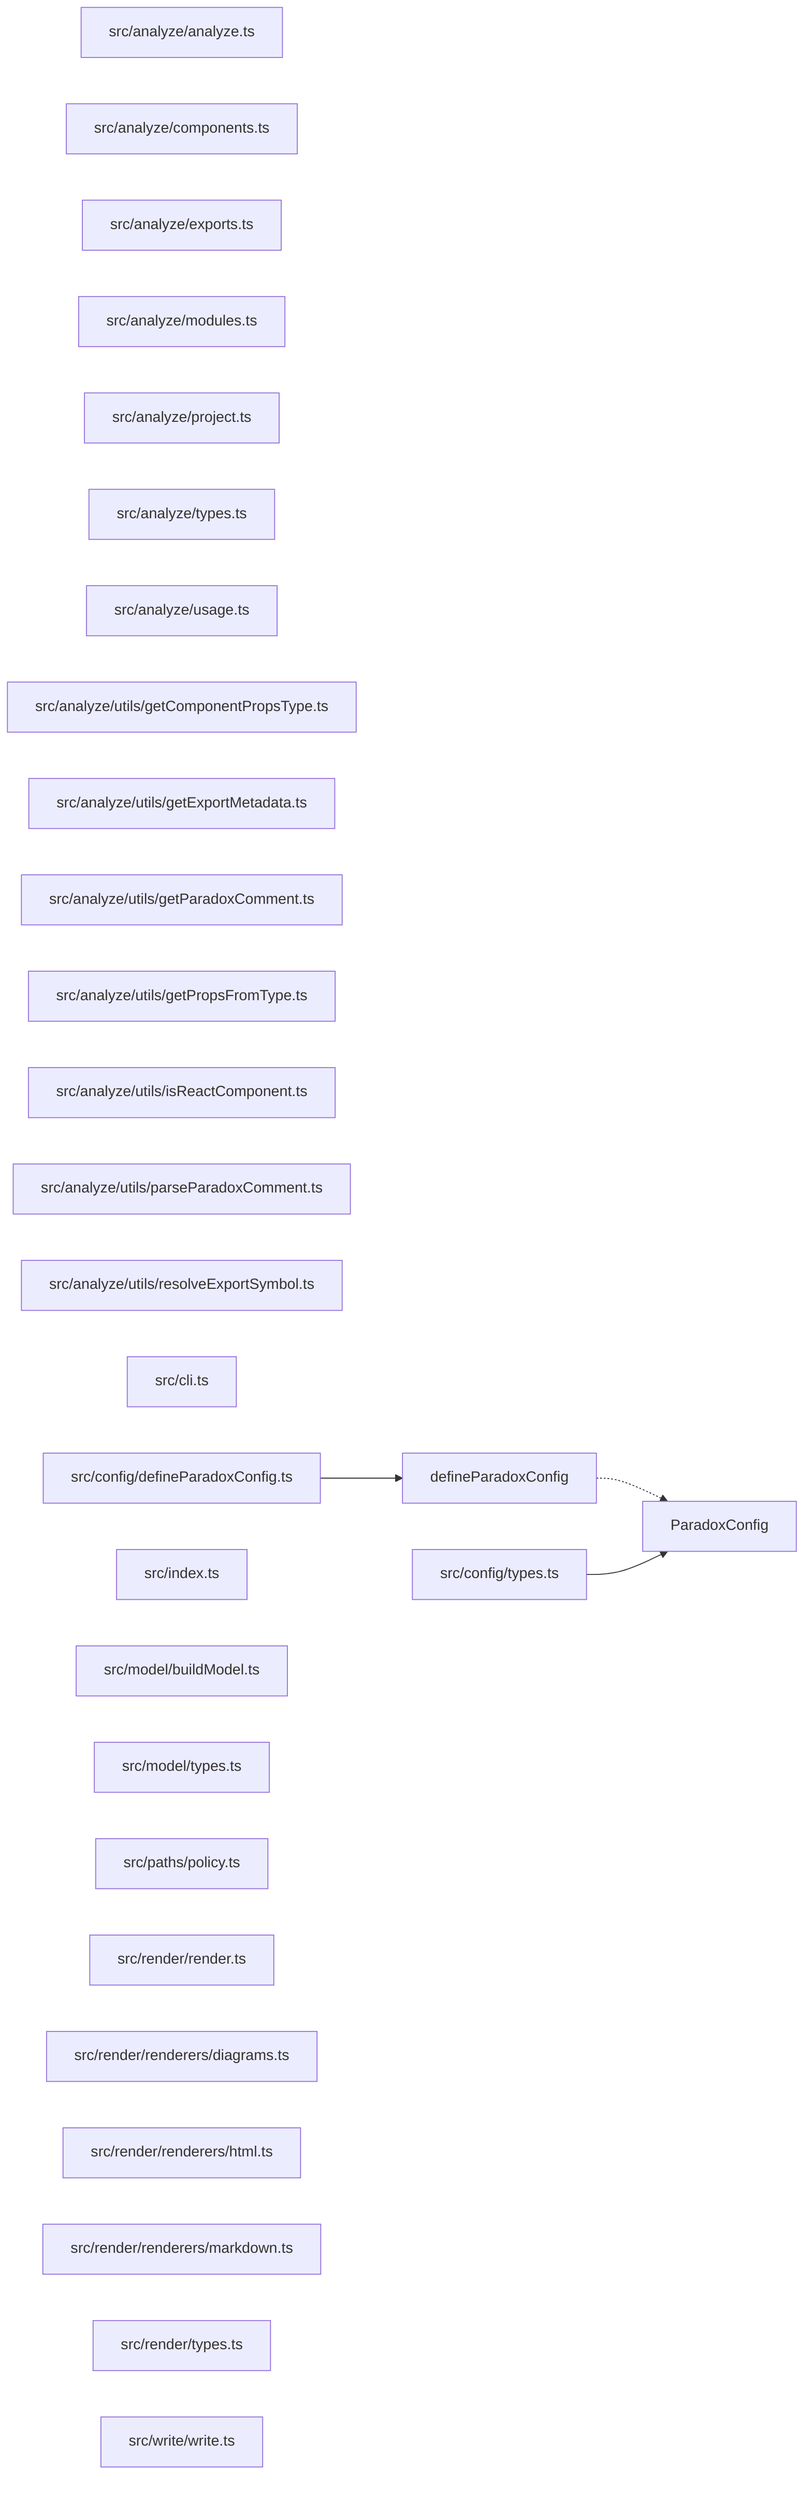
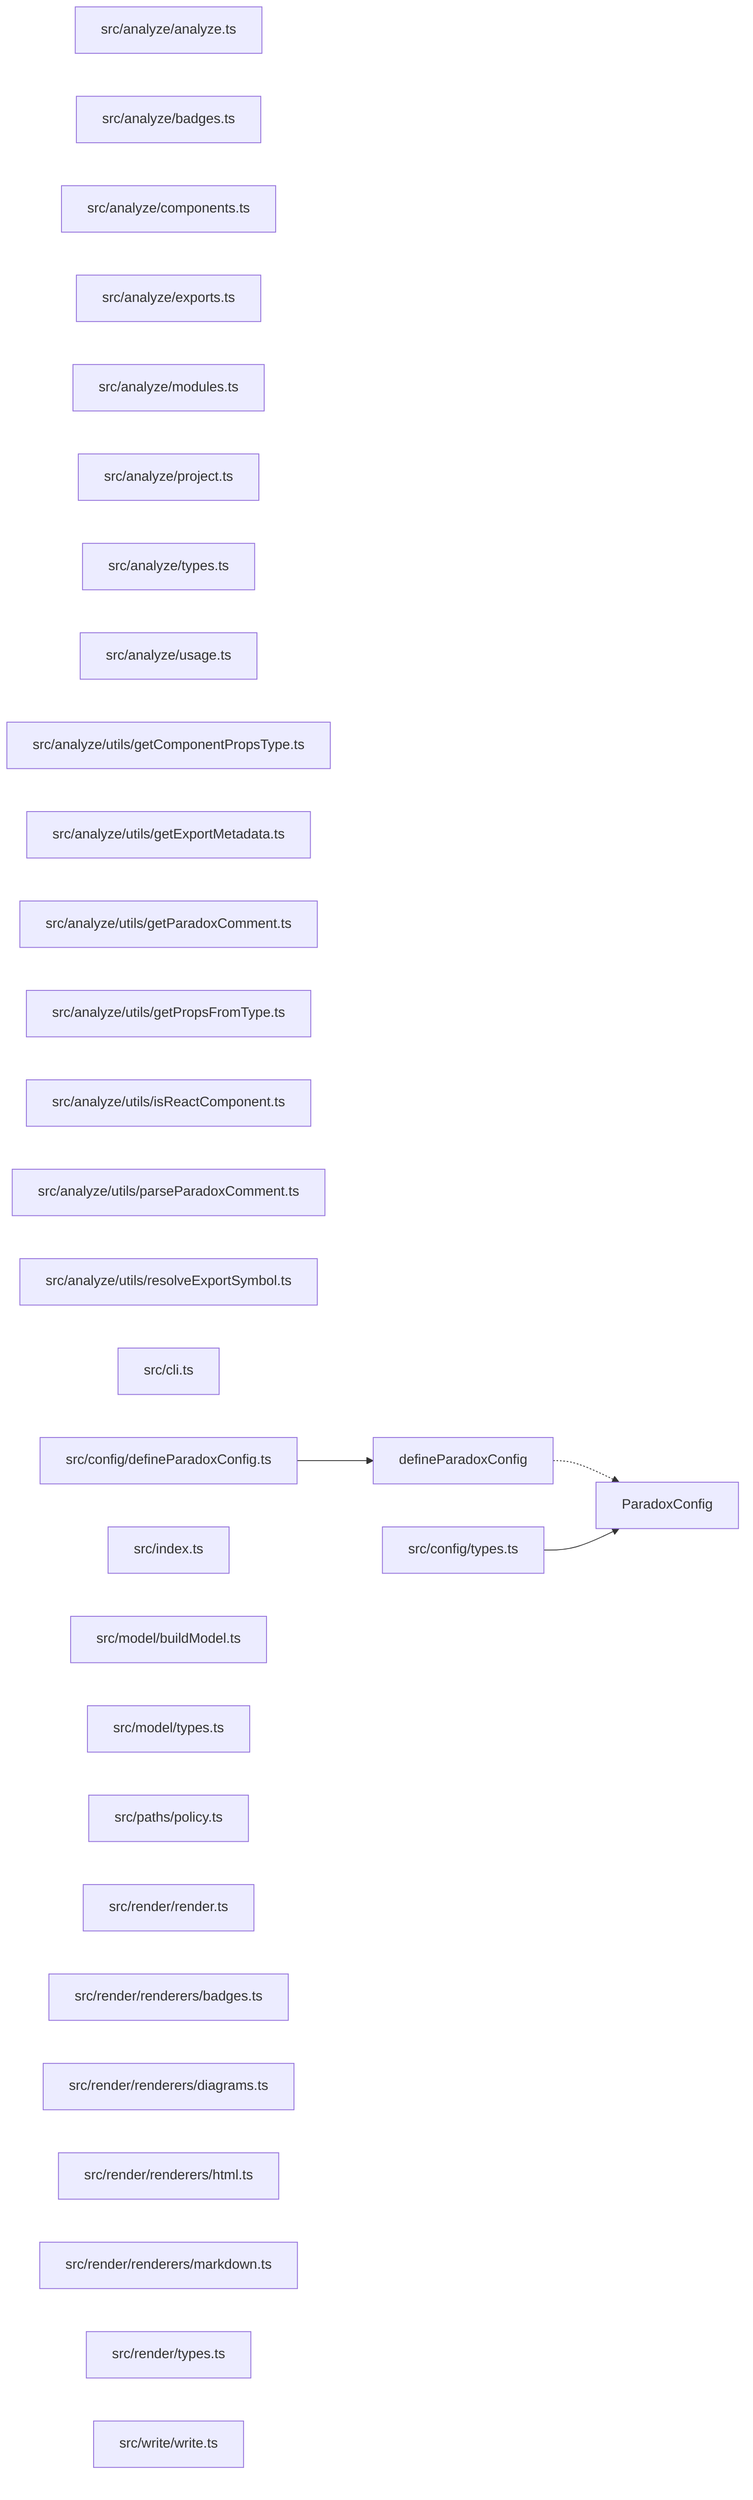
graph LR
  module_src_analyze_analyze_ts["src/analyze/analyze.ts"]
+   module_src_analyze_badges_ts["src/analyze/badges.ts"]
  module_src_analyze_components_ts["src/analyze/components.ts"]
  module_src_analyze_exports_ts["src/analyze/exports.ts"]
  module_src_analyze_modules_ts["src/analyze/modules.ts"]
  module_src_analyze_project_ts["src/analyze/project.ts"]
  module_src_analyze_types_ts["src/analyze/types.ts"]
  module_src_analyze_usage_ts["src/analyze/usage.ts"]
  module_src_analyze_utils_getComponentPropsType_ts["src/analyze/utils/getComponentPropsType.ts"]
  module_src_analyze_utils_getExportMetadata_ts["src/analyze/utils/getExportMetadata.ts"]
  module_src_analyze_utils_getParadoxComment_ts["src/analyze/utils/getParadoxComment.ts"]
  module_src_analyze_utils_getPropsFromType_ts["src/analyze/utils/getPropsFromType.ts"]
  module_src_analyze_utils_isReactComponent_ts["src/analyze/utils/isReactComponent.ts"]
  module_src_analyze_utils_parseParadoxComment_ts["src/analyze/utils/parseParadoxComment.ts"]
  module_src_analyze_utils_resolveExportSymbol_ts["src/analyze/utils/resolveExportSymbol.ts"]
  module_src_cli_ts["src/cli.ts"]
  module_src_config_defineParadoxConfig_ts["src/config/defineParadoxConfig.ts"]
  module_src_config_types_ts["src/config/types.ts"]
  module_src_index_ts["src/index.ts"]
  module_src_model_buildModel_ts["src/model/buildModel.ts"]
  module_src_model_types_ts["src/model/types.ts"]
  module_src_paths_policy_ts["src/paths/policy.ts"]
  module_src_render_render_ts["src/render/render.ts"]
+   module_src_render_renderers_badges_ts["src/render/renderers/badges.ts"]
  module_src_render_renderers_diagrams_ts["src/render/renderers/diagrams.ts"]
  module_src_render_renderers_html_ts["src/render/renderers/html.ts"]
  module_src_render_renderers_markdown_ts["src/render/renderers/markdown.ts"]
  module_src_render_types_ts["src/render/types.ts"]
  module_src_write_write_ts["src/write/write.ts"]
  export_defineParadoxConfig["defineParadoxConfig"]
  module_src_config_defineParadoxConfig_ts --> export_defineParadoxConfig
  export_defineParadoxConfig -.-> export_ParadoxConfig
  export_ParadoxConfig["ParadoxConfig"]
  module_src_config_types_ts --> export_ParadoxConfig
